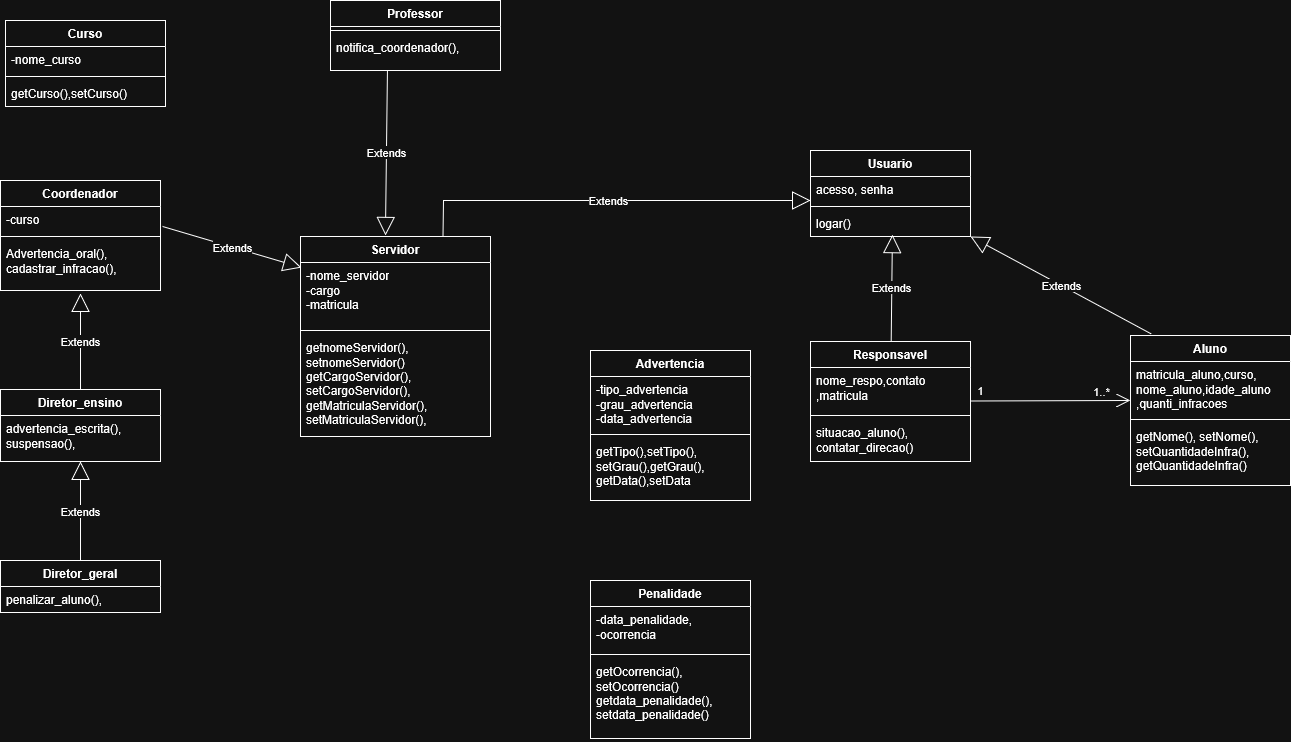
This is identificaçãoclaasesemetodos.drawio.png from J-Gabriels-dev/Problema.suap, a draw.io export, as it was before one commit. Source tidied: cells renumbered, new cells last; positions are measured from the earlier drawing's top-left corner, leaving out a move shared by most shapes.
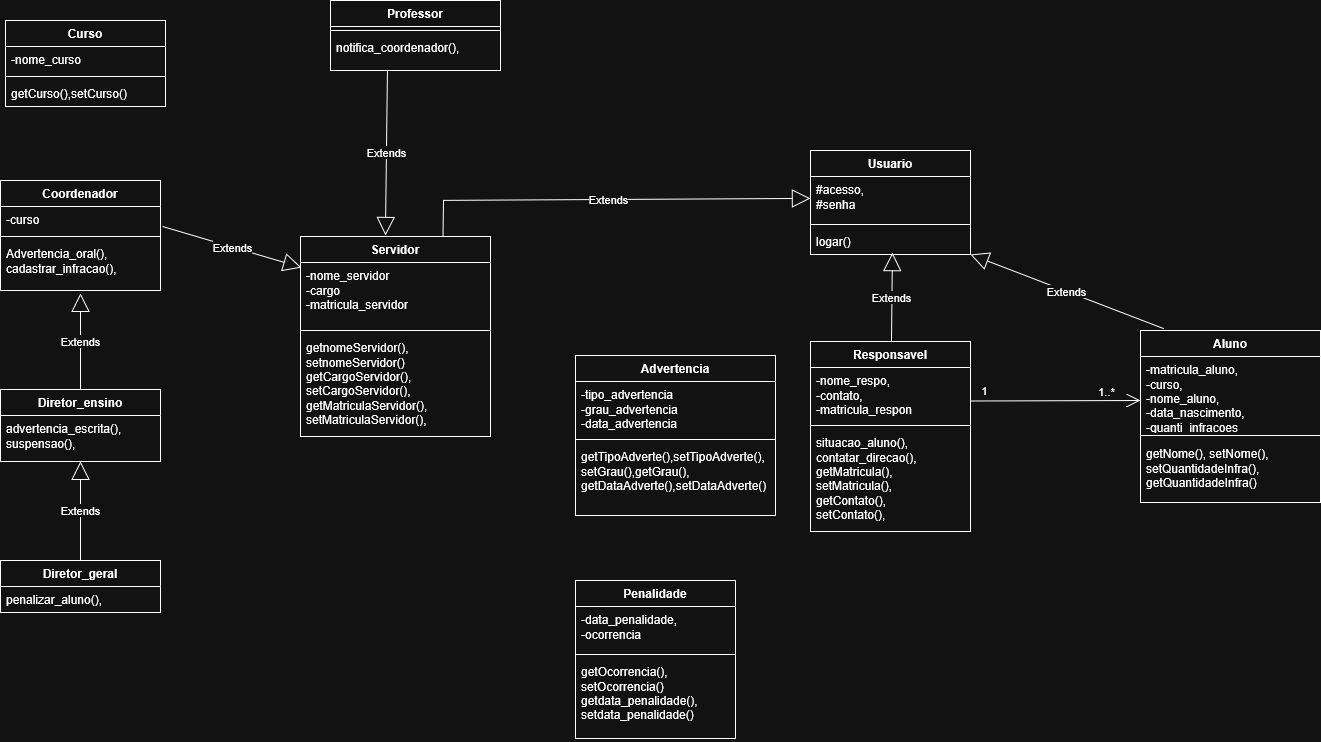
The same diagram one commit later.

What changed in the source:
```diff
@@ -3,19 +3,19 @@
     <mxCell id="0" />
     <mxCell id="1" parent="0" />
     <mxCell id="2" value="Responsavel" style="swimlane;fontStyle=1;align=center;verticalAlign=top;horizontal=1;startSize=26;whiteSpace=wrap;html=1;" parent="1" vertex="1">
-      <mxGeometry x="810" y="341" width="160" height="120" as="geometry" />
+      <mxGeometry x="810" y="341" width="160" height="190" as="geometry" />
     </mxCell>
-    <mxCell id="3" value="&lt;div&gt;nome_respo,contato&lt;/div&gt;&lt;div&gt;,matricula&lt;/div&gt;" style="text;strokeColor=none;fillColor=none;align=left;verticalAlign=top;spacingLeft=4;spacingRight=4;overflow=hidden;whiteSpace=wrap;html=1;" parent="2" vertex="1">
-      <mxGeometry y="26" width="160" height="44" as="geometry" />
+    <mxCell id="3" value="&lt;div&gt;-nome_respo,&lt;/div&gt;&lt;div&gt;-contato,&lt;/div&gt;&lt;div&gt;-matricula_respon&lt;/div&gt;" style="text;strokeColor=none;fillColor=none;align=left;verticalAlign=top;spacingLeft=4;spacingRight=4;overflow=hidden;whiteSpace=wrap;html=1;" parent="2" vertex="1">
+      <mxGeometry y="26" width="160" height="54" as="geometry" />
     </mxCell>
     <mxCell id="4" style="line;strokeWidth=1;fillColor=none;align=left;verticalAlign=middle;spacingTop=-1;spacingLeft=3;spacingRight=3;labelPosition=right;strokeColor=inherit;" parent="2" vertex="1">
-      <mxGeometry y="70" width="160" height="8" as="geometry" />
+      <mxGeometry y="80" width="160" height="8" as="geometry" />
     </mxCell>
-    <mxCell id="5" value="&lt;div&gt;situacao_aluno(),&lt;/div&gt;&lt;div&gt;contatar_direcao()&lt;/div&gt;" style="text;strokeColor=none;fillColor=none;align=left;verticalAlign=top;spacingLeft=4;spacingRight=4;overflow=hidden;whiteSpace=wrap;html=1;" parent="2" vertex="1">
-      <mxGeometry y="78" width="160" height="42" as="geometry" />
+    <mxCell id="5" value="&lt;div&gt;situacao_aluno(),&lt;/div&gt;&lt;div&gt;contatar_direcao(),&lt;/div&gt;&lt;div&gt;getMatricula(),&lt;/div&gt;&lt;div&gt;setMatricula(),&lt;/div&gt;&lt;div&gt;getContato(),&lt;/div&gt;&lt;div&gt;setContato(),&lt;/div&gt;" style="text;strokeColor=none;fillColor=none;align=left;verticalAlign=top;spacingLeft=4;spacingRight=4;overflow=hidden;whiteSpace=wrap;html=1;" parent="2" vertex="1">
+      <mxGeometry y="88" width="160" height="102" as="geometry" />
     </mxCell>
     <mxCell id="6" value="&lt;div&gt;Penalidade&lt;/div&gt;" style="swimlane;fontStyle=1;align=center;verticalAlign=top;horizontal=1;startSize=26;whiteSpace=wrap;html=1;" parent="1" vertex="1">
-      <mxGeometry x="590" y="580" width="160" height="158" as="geometry" />
+      <mxGeometry x="575" y="580" width="160" height="158" as="geometry" />
     </mxCell>
     <mxCell id="7" value="&lt;div&gt;-data_penalidade,&lt;/div&gt;&lt;div&gt;-ocorrencia&lt;/div&gt;" style="text;strokeColor=none;fillColor=none;align=left;verticalAlign=top;spacingLeft=4;spacingRight=4;overflow=hidden;whiteSpace=wrap;html=1;" parent="6" vertex="1">
       <mxGeometry y="26" width="160" height="44" as="geometry" />
@@ -27,28 +27,28 @@
       <mxGeometry y="78" width="160" height="80" as="geometry" />
     </mxCell>
     <mxCell id="10" value="Aluno" style="swimlane;fontStyle=1;align=center;verticalAlign=top;horizontal=1;startSize=26;whiteSpace=wrap;html=1;" parent="1" vertex="1">
-      <mxGeometry x="1130" y="335" width="160" height="150" as="geometry" />
+      <mxGeometry x="1140" y="330" width="180" height="172" as="geometry" />
     </mxCell>
-    <mxCell id="11" value="&lt;div&gt;matricula_aluno,curso,&lt;/div&gt;&lt;div&gt;nome_aluno,idade_aluno&lt;/div&gt;,quanti_infracoes" style="text;strokeColor=none;fillColor=none;align=left;verticalAlign=top;spacingLeft=4;spacingRight=4;overflow=hidden;points=[[0,0.5],[1,0.5]];portConstraint=eastwest;whiteSpace=wrap;html=1;" parent="10" vertex="1">
-      <mxGeometry y="26" width="160" height="54" as="geometry" />
+    <mxCell id="11" value="&lt;div&gt;-matricula_aluno,&lt;/div&gt;&lt;div&gt;-curso,&lt;/div&gt;&lt;div&gt;-nome_aluno,&lt;/div&gt;&lt;div&gt;-data_nascimento,&lt;/div&gt;&lt;div&gt;-quanti_infracoes&lt;/div&gt;" style="text;strokeColor=none;fillColor=none;align=left;verticalAlign=top;spacingLeft=4;spacingRight=4;overflow=hidden;points=[[0,0.5],[1,0.5]];portConstraint=eastwest;whiteSpace=wrap;html=1;" parent="10" vertex="1">
+      <mxGeometry y="26" width="180" height="74" as="geometry" />
     </mxCell>
     <mxCell id="12" style="line;strokeWidth=1;fillColor=none;align=left;verticalAlign=middle;spacingTop=-1;spacingLeft=3;spacingRight=3;labelPosition=right;strokeColor=inherit;" parent="10" vertex="1">
-      <mxGeometry y="80" width="160" height="8" as="geometry" />
+      <mxGeometry y="100" width="180" height="10" as="geometry" />
     </mxCell>
     <mxCell id="13" value="&lt;div&gt;getNome(), setNome(),&lt;/div&gt;&lt;div&gt;setQuantidadeInfra(),&lt;/div&gt;&lt;div&gt;getQuantidadeInfra()&lt;/div&gt;" style="text;strokeColor=none;fillColor=none;align=left;verticalAlign=top;spacingLeft=4;spacingRight=4;overflow=hidden;whiteSpace=wrap;html=1;" parent="10" vertex="1">
-      <mxGeometry y="88" width="160" height="62" as="geometry" />
+      <mxGeometry y="110" width="180" height="62" as="geometry" />
     </mxCell>
     <mxCell id="14" value="Usuario" style="swimlane;fontStyle=1;align=center;verticalAlign=top;horizontal=1;startSize=26;whiteSpace=wrap;html=1;" parent="1" vertex="1">
-      <mxGeometry x="810" y="150" width="160" height="86" as="geometry" />
+      <mxGeometry x="810" y="150" width="160" height="104" as="geometry" />
     </mxCell>
-    <mxCell id="15" value="acesso, senha" style="text;strokeColor=none;fillColor=none;align=left;verticalAlign=top;spacingLeft=4;spacingRight=4;overflow=hidden;points=[[0,0.5],[1,0.5]];portConstraint=eastwest;whiteSpace=wrap;html=1;" parent="14" vertex="1">
-      <mxGeometry y="26" width="160" height="26" as="geometry" />
+    <mxCell id="15" value="&lt;div&gt;#acesso,&lt;/div&gt;&lt;div&gt;#senha&lt;/div&gt;" style="text;strokeColor=none;fillColor=none;align=left;verticalAlign=top;spacingLeft=4;spacingRight=4;overflow=hidden;points=[[0,0.5],[1,0.5]];portConstraint=eastwest;whiteSpace=wrap;html=1;" parent="14" vertex="1">
+      <mxGeometry y="26" width="160" height="44" as="geometry" />
     </mxCell>
     <mxCell id="16" style="line;strokeWidth=1;fillColor=none;align=left;verticalAlign=middle;spacingTop=-1;spacingLeft=3;spacingRight=3;labelPosition=right;strokeColor=inherit;" parent="14" vertex="1">
-      <mxGeometry y="52" width="160" height="8" as="geometry" />
+      <mxGeometry y="70" width="160" height="8" as="geometry" />
     </mxCell>
     <mxCell id="17" value="logar()" style="text;strokeColor=none;fillColor=none;align=left;verticalAlign=top;spacingLeft=4;spacingRight=4;overflow=hidden;points=[[0,0.5],[1,0.5]];portConstraint=eastwest;whiteSpace=wrap;html=1;" parent="14" vertex="1">
-      <mxGeometry y="60" width="160" height="26" as="geometry" />
+      <mxGeometry y="78" width="160" height="26" as="geometry" />
     </mxCell>
     <mxCell id="18" value="Curso" style="swimlane;fontStyle=1;align=center;verticalAlign=top;horizontal=1;startSize=26;whiteSpace=wrap;html=1;" parent="1" vertex="1">
       <mxGeometry x="5" y="20" width="160" height="86" as="geometry" />
@@ -63,21 +63,21 @@
       <mxGeometry y="60" width="160" height="26" as="geometry" />
     </mxCell>
     <mxCell id="22" value="Advertencia" style="swimlane;fontStyle=1;align=center;verticalAlign=top;horizontal=1;startSize=26;whiteSpace=wrap;html=1;" parent="1" vertex="1">
-      <mxGeometry x="590" y="350" width="160" height="150" as="geometry" />
+      <mxGeometry x="575" y="355" width="200" height="160" as="geometry" />
     </mxCell>
     <mxCell id="23" value="&lt;div&gt;-tipo_advertencia&lt;/div&gt;&lt;div&gt;-grau_advertencia&lt;/div&gt;&lt;div&gt;-data_advertencia&lt;/div&gt;" style="text;strokeColor=none;fillColor=none;align=left;verticalAlign=top;spacingLeft=4;spacingRight=4;overflow=hidden;whiteSpace=wrap;html=1;" parent="22" vertex="1">
-      <mxGeometry y="26" width="160" height="54" as="geometry" />
+      <mxGeometry y="26" width="200" height="54" as="geometry" />
     </mxCell>
     <mxCell id="24" style="line;strokeWidth=1;fillColor=none;align=left;verticalAlign=middle;spacingTop=-1;spacingLeft=3;spacingRight=3;labelPosition=right;strokeColor=inherit;" parent="22" vertex="1">
-      <mxGeometry y="80" width="160" height="8" as="geometry" />
+      <mxGeometry y="80" width="200" height="8" as="geometry" />
     </mxCell>
-    <mxCell id="25" value="&lt;div&gt;getTipo(),setTipo(),&lt;/div&gt;&lt;div&gt;setGrau(),getGrau(),&lt;/div&gt;&lt;div&gt;getData(),setData&lt;/div&gt;" style="text;strokeColor=none;fillColor=none;align=left;verticalAlign=top;spacingLeft=4;spacingRight=4;overflow=hidden;whiteSpace=wrap;html=1;" parent="22" vertex="1">
-      <mxGeometry y="88" width="160" height="62" as="geometry" />
+    <mxCell id="25" value="&lt;div&gt;getTipoAdverte(),setTipoAdverte(),&lt;/div&gt;&lt;div&gt;setGrau(),getGrau(),&lt;/div&gt;&lt;div&gt;getDataAdverte(),setDataAdverte()&lt;/div&gt;" style="text;strokeColor=none;fillColor=none;align=left;verticalAlign=top;spacingLeft=4;spacingRight=4;overflow=hidden;whiteSpace=wrap;html=1;" parent="22" vertex="1">
+      <mxGeometry y="88" width="200" height="72" as="geometry" />
     </mxCell>
     <mxCell id="26" value="Extends" style="endArrow=block;endSize=16;endFill=0;html=1;rounded=0;exitX=0.129;exitY=-0.011;exitDx=0;exitDy=0;exitPerimeter=0;entryX=1;entryY=1;entryDx=0;entryDy=0;" parent="1" edge="1" source="10" target="14">
       <mxGeometry relative="1" as="geometry" />
     </mxCell>
-    <mxCell id="27" value="Extends" style="endArrow=block;endSize=16;endFill=0;html=1;rounded=0;entryX=0;entryY=0.923;entryDx=0;entryDy=0;entryPerimeter=0;exitX=0.75;exitY=0;exitDx=0;exitDy=0;" parent="1" edge="1" source="29" target="15">
+    <mxCell id="27" value="Extends" style="endArrow=block;endSize=16;endFill=0;html=1;rounded=0;exitX=0.75;exitY=0;exitDx=0;exitDy=0;entryX=0;entryY=0.5;entryDx=0;entryDy=0;" parent="1" edge="1" source="29" target="15">
       <mxGeometry relative="1" as="geometry">
         <Array as="points">
           <mxPoint x="443" y="200" />
@@ -90,7 +90,7 @@
     <mxCell id="29" value="Servidor" style="swimlane;fontStyle=1;align=center;verticalAlign=top;horizontal=1;startSize=26;whiteSpace=wrap;html=1;" parent="1" vertex="1">
       <mxGeometry x="300" y="236" width="190" height="200" as="geometry" />
     </mxCell>
-    <mxCell id="30" value="&lt;div&gt;-nome_servidor&lt;/div&gt;&lt;div&gt;-cargo&lt;/div&gt;&lt;div&gt;-matricula&lt;/div&gt;" style="text;strokeColor=none;fillColor=none;align=left;verticalAlign=top;spacingLeft=4;spacingRight=4;overflow=hidden;points=[[0,0.5],[1,0.5]];portConstraint=eastwest;whiteSpace=wrap;html=1;" parent="29" vertex="1">
+    <mxCell id="30" value="&lt;div&gt;-nome_servidor&lt;/div&gt;&lt;div&gt;-cargo&lt;/div&gt;&lt;div&gt;-matricula_servidor&lt;/div&gt;" style="text;strokeColor=none;fillColor=none;align=left;verticalAlign=top;spacingLeft=4;spacingRight=4;overflow=hidden;points=[[0,0.5],[1,0.5]];portConstraint=eastwest;whiteSpace=wrap;html=1;" parent="29" vertex="1">
       <mxGeometry y="26" width="190" height="64" as="geometry" />
     </mxCell>
     <mxCell id="31" style="line;strokeWidth=1;fillColor=none;align=left;verticalAlign=middle;spacingTop=-1;spacingLeft=3;spacingRight=3;labelPosition=right;strokeColor=inherit;" parent="29" vertex="1">
@@ -146,9 +146,10 @@
     <mxCell id="47" value="Extends" style="endArrow=block;endSize=16;endFill=0;html=1;rounded=0;exitX=0.5;exitY=0;exitDx=0;exitDy=0;" parent="1" edge="1" source="33" target="44">
       <mxGeometry relative="1" as="geometry" />
     </mxCell>
-    <mxCell id="48" style="endArrow=open;endFill=1;endSize=12;html=1;rounded=0;entryX=0;entryY=0.722;entryDx=0;entryDy=0;entryPerimeter=0;" parent="1" edge="1" target="11">
+    <mxCell id="48" style="endArrow=open;endFill=1;endSize=12;html=1;rounded=0;" parent="1" edge="1">
       <mxGeometry relative="1" as="geometry">
         <mxPoint x="971" y="400.5" as="sourcePoint" />
+        <mxPoint x="1140" y="400" as="targetPoint" />
       </mxGeometry>
     </mxCell>
     <mxCell id="49" value="1" style="edgeLabel;html=1;align=center;verticalAlign=middle;" parent="48" vertex="1">
```
